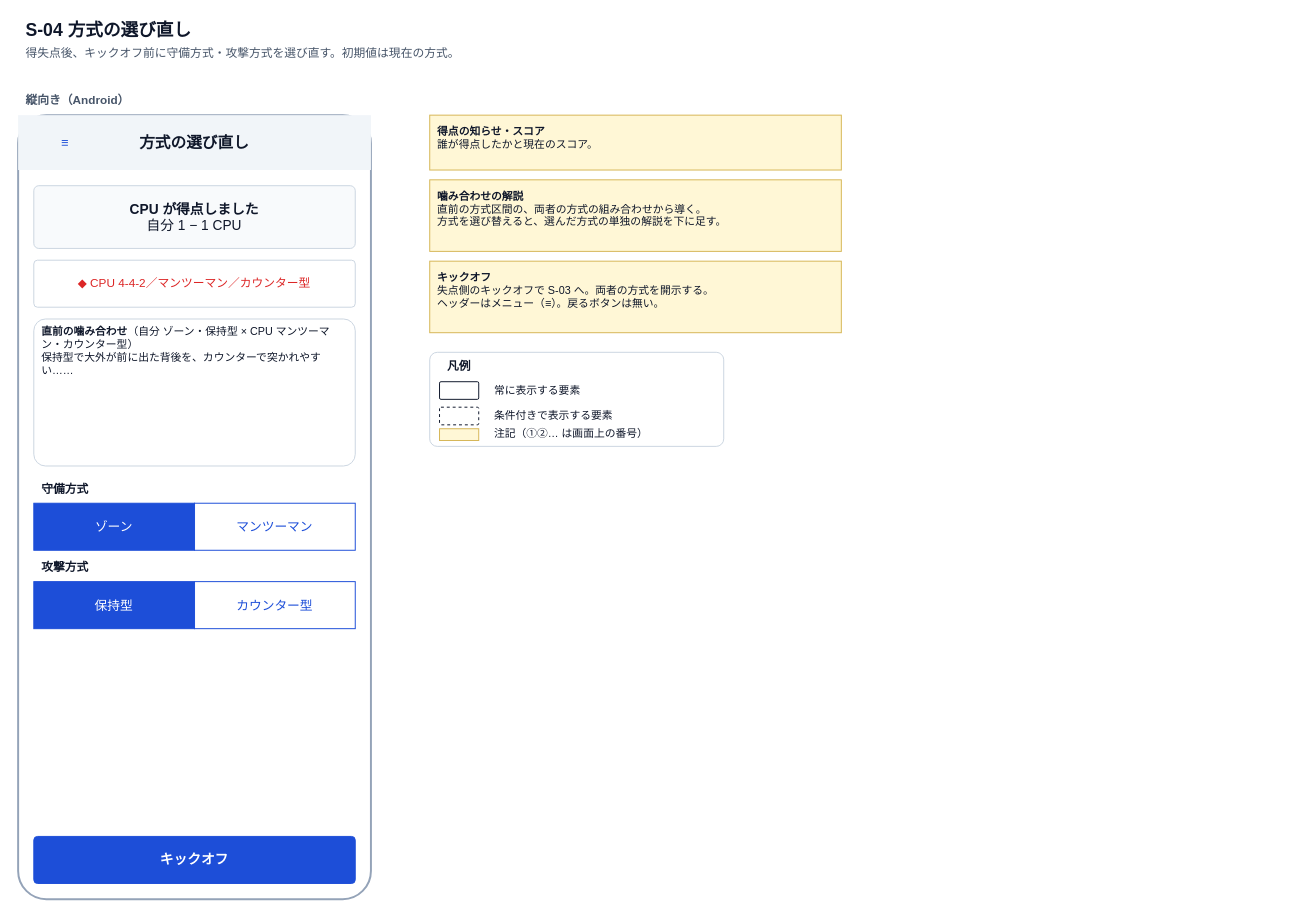
Before: page "wireframe-s04-style-change" (4 of 12) of docs/specs/2_basic-design/wireframes.drawio in n-yata/soccer-sim, a draw.io diagram. Source tidied: cells renumbered, new cells numbered last; positions are measured from the earlier drawing's top-left corner, leaving out a move shared by most shapes. Both pictures are drawn from the tidied source at 98%, with x=0, y=0 at pixel (18, 17).
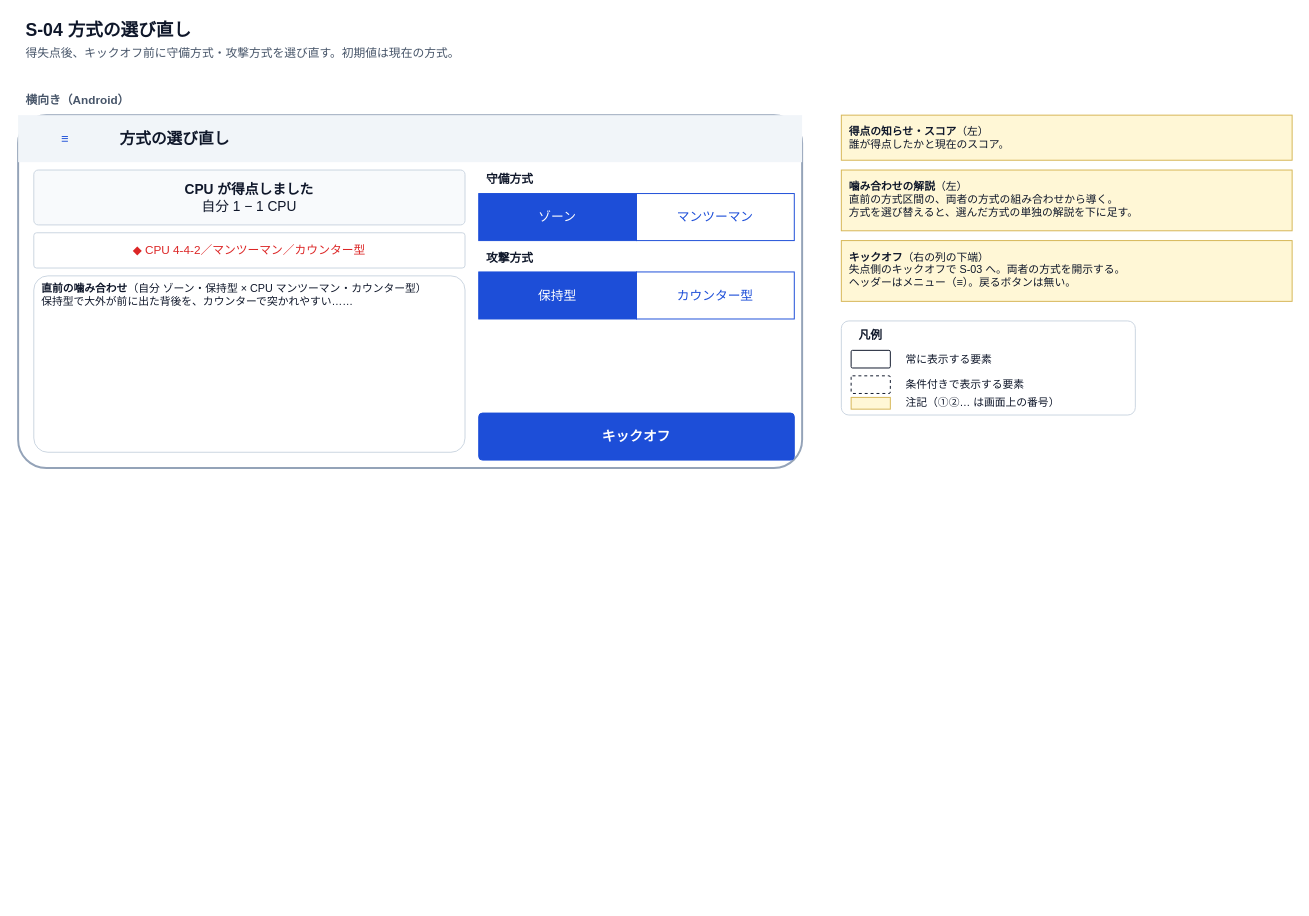
The same diagram, later.

Diff of the diagram source:
```diff
@@
-    <mxCell id="4" value="縦向き（Android）" style="rounded=0;arcSize=8;whiteSpace=wrap;html=1;fillColor=none;strokeColor=none;fontSize=12;fontColor=#475569;align=left;verticalAlign=middle;spacingLeft=6;spacingRight=6;fontStyle=1;" parent="1" vertex="1">
-      <mxGeometry y="74" width="360" height="22" as="geometry" />
+    <mxCell id="4" value="横向き（Android）" style="rounded=0;arcSize=8;whiteSpace=wrap;html=1;fillColor=none;strokeColor=none;fontSize=12;fontColor=#475569;align=left;verticalAlign=middle;spacingLeft=6;spacingRight=6;fontStyle=1;" parent="1" vertex="1">
+      <mxGeometry y="74" width="800" height="22" as="geometry" />
     </mxCell>
     <mxCell id="5" style="rounded=1;arcSize=8;whiteSpace=wrap;html=1;fillColor=#FFFFFF;strokeColor=#94A3B8;fontSize=12;fontColor=#0F172A;align=center;verticalAlign=middle;spacingLeft=6;spacingRight=6;strokeWidth=2;" parent="1" vertex="1">
-      <mxGeometry y="100" width="360" height="800" as="geometry" />
+      <mxGeometry y="100" width="800" height="360" as="geometry" />
     </mxCell>
     <mxCell id="6" style="rounded=0;arcSize=8;whiteSpace=wrap;html=1;fillColor=#F1F5F9;strokeColor=none;fontSize=12;fontColor=#0F172A;align=center;verticalAlign=middle;spacingLeft=6;spacingRight=6;" parent="1" vertex="1">
-      <mxGeometry y="100" width="360" height="56" as="geometry" />
+      <mxGeometry y="100" width="800" height="48" as="geometry" />
     </mxCell>
     <mxCell id="7" value="≡" style="rounded=1;arcSize=8;whiteSpace=wrap;html=1;fillColor=none;strokeColor=none;fontSize=13;fontColor=#1D4ED8;align=center;verticalAlign=middle;spacingLeft=6;spacingRight=6;" parent="1" vertex="1">
-      <mxGeometry x="8" y="108" width="80" height="40" as="geometry" />
+      <mxGeometry x="8" y="104" width="80" height="40" as="geometry" />
     </mxCell>
-    <mxCell id="8" value="方式の選び直し" style="rounded=0;arcSize=8;whiteSpace=wrap;html=1;fillColor=none;strokeColor=none;fontSize=16;fontColor=#0F172A;align=center;verticalAlign=middle;spacingLeft=6;spacingRight=6;fontStyle=1;" parent="1" vertex="1">
-      <mxGeometry x="90" y="108" width="180" height="40" as="geometry" />
+    <mxCell id="8" value="方式の選び直し" style="rounded=0;arcSize=8;whiteSpace=wrap;html=1;fillColor=none;strokeColor=none;fontSize=16;fontColor=#0F172A;align=left;verticalAlign=middle;spacingLeft=6;spacingRight=6;fontStyle=1;" parent="1" vertex="1">
+      <mxGeometry x="96" y="104" width="400" height="40" as="geometry" />
     </mxCell>
     <mxCell id="9" value="&lt;b&gt;CPU が得点しました&lt;/b&gt;&lt;br&gt;自分 1 − 1 CPU" style="rounded=1;arcSize=8;whiteSpace=wrap;html=1;fillColor=#F8FAFC;strokeColor=#CBD5E1;fontSize=14;fontColor=#0F172A;align=center;verticalAlign=middle;spacingLeft=6;spacingRight=6;" parent="1" vertex="1">
-      <mxGeometry x="16" y="172" width="328" height="64" as="geometry" />
+      <mxGeometry x="16" y="156" width="440" height="56" as="geometry" />
     </mxCell>
     <mxCell id="10" value="&lt;span style='color:#DC2626'&gt;◆ CPU 4-4-2／マンツーマン／カウンター型&lt;/span&gt;" style="rounded=1;arcSize=8;whiteSpace=wrap;html=1;fillColor=#FFFFFF;strokeColor=#CBD5E1;fontSize=12;fontColor=#0F172A;align=center;verticalAlign=middle;spacingLeft=6;spacingRight=6;" parent="1" vertex="1">
-      <mxGeometry x="16" y="248" width="328" height="48" as="geometry" />
+      <mxGeometry x="16" y="220" width="440" height="36" as="geometry" />
     </mxCell>
     <mxCell id="11" value="&lt;b&gt;直前の噛み合わせ&lt;/b&gt;（自分 ゾーン・保持型 × CPU マンツーマン・カウンター型）&lt;br&gt;保持型で大外が前に出た背後を、カウンターで突かれやすい……" style="rounded=1;arcSize=8;whiteSpace=wrap;html=1;fillColor=#FFFFFF;strokeColor=#CBD5E1;fontSize=11;fontColor=#0F172A;align=left;verticalAlign=top;spacingLeft=6;spacingRight=6;" parent="1" vertex="1">
-      <mxGeometry x="16" y="308" width="328" height="150" as="geometry" />
+      <mxGeometry x="16" y="264" width="440" height="180" as="geometry" />
     </mxCell>
     <mxCell id="12" value="守備方式" style="rounded=0;arcSize=8;whiteSpace=wrap;html=1;fillColor=none;strokeColor=none;fontSize=12;fontColor=#0F172A;align=left;verticalAlign=middle;spacingLeft=6;spacingRight=6;fontStyle=1;" parent="1" vertex="1">
-      <mxGeometry x="16" y="472" width="328" height="20" as="geometry" />
+      <mxGeometry x="470" y="156" width="322" height="20" as="geometry" />
     </mxCell>
     <mxCell id="13" value="ゾーン" style="rounded=0;arcSize=8;whiteSpace=wrap;html=1;fillColor=#1D4ED8;strokeColor=#1D4ED8;fontSize=13;fontColor=#FFFFFF;align=center;verticalAlign=middle;spacingLeft=6;spacingRight=6;" parent="1" vertex="1">
-      <mxGeometry x="16" y="496" width="164" height="48" as="geometry" />
+      <mxGeometry x="470" y="180" width="161" height="48" as="geometry" />
     </mxCell>
     <mxCell id="14" value="マンツーマン" style="rounded=0;arcSize=8;whiteSpace=wrap;html=1;fillColor=#FFFFFF;strokeColor=#1D4ED8;fontSize=13;fontColor=#1D4ED8;align=center;verticalAlign=middle;spacingLeft=6;spacingRight=6;" parent="1" vertex="1">
-      <mxGeometry x="180" y="496" width="164" height="48" as="geometry" />
+      <mxGeometry x="631" y="180" width="161" height="48" as="geometry" />
     </mxCell>
     <mxCell id="15" value="攻撃方式" style="rounded=0;arcSize=8;whiteSpace=wrap;html=1;fillColor=none;strokeColor=none;fontSize=12;fontColor=#0F172A;align=left;verticalAlign=middle;spacingLeft=6;spacingRight=6;fontStyle=1;" parent="1" vertex="1">
-      <mxGeometry x="16" y="552" width="328" height="20" as="geometry" />
+      <mxGeometry x="470" y="236" width="322" height="20" as="geometry" />
     </mxCell>
     <mxCell id="16" value="保持型" style="rounded=0;arcSize=8;whiteSpace=wrap;html=1;fillColor=#1D4ED8;strokeColor=#1D4ED8;fontSize=13;fontColor=#FFFFFF;align=center;verticalAlign=middle;spacingLeft=6;spacingRight=6;" parent="1" vertex="1">
-      <mxGeometry x="16" y="576" width="164" height="48" as="geometry" />
+      <mxGeometry x="470" y="260" width="161" height="48" as="geometry" />
     </mxCell>
     <mxCell id="17" value="カウンター型" style="rounded=0;arcSize=8;whiteSpace=wrap;html=1;fillColor=#FFFFFF;strokeColor=#1D4ED8;fontSize=13;fontColor=#1D4ED8;align=center;verticalAlign=middle;spacingLeft=6;spacingRight=6;" parent="1" vertex="1">
-      <mxGeometry x="180" y="576" width="164" height="48" as="geometry" />
+      <mxGeometry x="631" y="260" width="161" height="48" as="geometry" />
     </mxCell>
     <mxCell id="18" value="キックオフ" style="rounded=1;arcSize=8;whiteSpace=wrap;html=1;fillColor=#1D4ED8;strokeColor=#1D4ED8;fontSize=14;fontColor=#FFFFFF;align=center;verticalAlign=middle;spacingLeft=6;spacingRight=6;fontStyle=1;" parent="1" vertex="1">
-      <mxGeometry x="16" y="836" width="328" height="48" as="geometry" />
+      <mxGeometry x="470" y="404" width="322" height="48" as="geometry" />
     </mxCell>
-    <mxCell id="19" value="&lt;b&gt;得点の知らせ・スコア&lt;/b&gt;&lt;br&gt;誰が得点したかと現在のスコア。" style="rounded=0;arcSize=8;whiteSpace=wrap;html=1;fillColor=#FFF7D6;strokeColor=#D6B656;fontSize=11;fontColor=#0F172A;align=left;verticalAlign=top;spacingLeft=6;spacingRight=6;spacingTop=4;" parent="1" vertex="1">
-      <mxGeometry x="420" y="100" width="420" height="56" as="geometry" />
+    <mxCell id="19" value="&lt;b&gt;得点の知らせ・スコア&lt;/b&gt;（左）&lt;br&gt;誰が得点したかと現在のスコア。" style="rounded=0;arcSize=8;whiteSpace=wrap;html=1;fillColor=#FFF7D6;strokeColor=#D6B656;fontSize=11;fontColor=#0F172A;align=left;verticalAlign=top;spacingLeft=6;spacingRight=6;spacingTop=4;" parent="1" vertex="1">
+      <mxGeometry x="840" y="100" width="460" height="46" as="geometry" />
     </mxCell>
-    <mxCell id="20" value="&lt;b&gt;噛み合わせの解説&lt;/b&gt;&lt;br&gt;直前の方式区間の、両者の方式の組み合わせから導く。&lt;br&gt;方式を選び替えると、選んだ方式の単独の解説を下に足す。" style="rounded=0;arcSize=8;whiteSpace=wrap;html=1;fillColor=#FFF7D6;strokeColor=#D6B656;fontSize=11;fontColor=#0F172A;align=left;verticalAlign=top;spacingLeft=6;spacingRight=6;spacingTop=4;" parent="1" vertex="1">
-      <mxGeometry x="420" y="166" width="420" height="73" as="geometry" />
+    <mxCell id="20" value="&lt;b&gt;噛み合わせの解説&lt;/b&gt;（左）&lt;br&gt;直前の方式区間の、両者の方式の組み合わせから導く。&lt;br&gt;方式を選び替えると、選んだ方式の単独の解説を下に足す。" style="rounded=0;arcSize=8;whiteSpace=wrap;html=1;fillColor=#FFF7D6;strokeColor=#D6B656;fontSize=11;fontColor=#0F172A;align=left;verticalAlign=top;spacingLeft=6;spacingRight=6;spacingTop=4;" parent="1" vertex="1">
+      <mxGeometry x="840" y="156" width="460" height="62" as="geometry" />
     </mxCell>
-    <mxCell id="21" value="&lt;b&gt;キックオフ&lt;/b&gt;&lt;br&gt;失点側のキックオフで S-03 へ。両者の方式を開示する。&lt;br&gt;ヘッダーはメニュー（≡）。戻るボタンは無い。" style="rounded=0;arcSize=8;whiteSpace=wrap;html=1;fillColor=#FFF7D6;strokeColor=#D6B656;fontSize=11;fontColor=#0F172A;align=left;verticalAlign=top;spacingLeft=6;spacingRight=6;spacingTop=4;" parent="1" vertex="1">
-      <mxGeometry x="420" y="249" width="420" height="73" as="geometry" />
+    <mxCell id="21" value="&lt;b&gt;キックオフ&lt;/b&gt;（右の列の下端）&lt;br&gt;失点側のキックオフで S-03 へ。両者の方式を開示する。&lt;br&gt;ヘッダーはメニュー（≡）。戻るボタンは無い。" style="rounded=0;arcSize=8;whiteSpace=wrap;html=1;fillColor=#FFF7D6;strokeColor=#D6B656;fontSize=11;fontColor=#0F172A;align=left;verticalAlign=top;spacingLeft=6;spacingRight=6;spacingTop=4;" parent="1" vertex="1">
+      <mxGeometry x="840" y="228" width="460" height="62" as="geometry" />
     </mxCell>
     <mxCell id="22" style="rounded=1;arcSize=8;whiteSpace=wrap;html=1;fillColor=#FFFFFF;strokeColor=#CBD5E1;fontSize=12;fontColor=#0F172A;align=center;verticalAlign=middle;spacingLeft=6;spacingRight=6;" parent="1" vertex="1">
-      <mxGeometry x="420" y="342" width="300" height="96" as="geometry" />
+      <mxGeometry x="840" y="310" width="300" height="96" as="geometry" />
     </mxCell>
     <mxCell id="23" value="凡例" style="rounded=0;arcSize=8;whiteSpace=wrap;html=1;fillColor=none;strokeColor=none;fontSize=12;fontColor=#0F172A;align=left;verticalAlign=middle;spacingLeft=6;spacingRight=6;fontStyle=1;" parent="1" vertex="1">
-      <mxGeometry x="430" y="348" width="280" height="18" as="geometry" />
+      <mxGeometry x="850" y="316" width="280" height="18" as="geometry" />
     </mxCell>
     <mxCell id="24" style="rounded=1;arcSize=8;whiteSpace=wrap;html=1;fillColor=#FFFFFF;strokeColor=#0F172A;fontSize=12;fontColor=#0F172A;align=center;verticalAlign=middle;spacingLeft=6;spacingRight=6;" parent="1" vertex="1">
-      <mxGeometry x="430" y="372" width="40" height="18" as="geometry" />
+      <mxGeometry x="850" y="340" width="40" height="18" as="geometry" />
     </mxCell>
     <mxCell id="25" value="常に表示する要素" style="rounded=0;arcSize=8;whiteSpace=wrap;html=1;fillColor=none;strokeColor=none;fontSize=11;fontColor=#0F172A;align=left;verticalAlign=middle;spacingLeft=6;spacingRight=6;" parent="1" vertex="1">
-      <mxGeometry x="478" y="372" width="230" height="18" as="geometry" />
+      <mxGeometry x="898" y="340" width="230" height="18" as="geometry" />
     </mxCell>
     <mxCell id="26" style="rounded=1;arcSize=8;whiteSpace=wrap;html=1;fillColor=#FFFFFF;strokeColor=#0F172A;fontSize=12;fontColor=#0F172A;align=center;verticalAlign=middle;spacingLeft=6;spacingRight=6;dashed=1;" parent="1" vertex="1">
-      <mxGeometry x="430" y="398" width="40" height="18" as="geometry" />
+      <mxGeometry x="850" y="366" width="40" height="18" as="geometry" />
     </mxCell>
     <mxCell id="27" value="条件付きで表示する要素" style="rounded=0;arcSize=8;whiteSpace=wrap;html=1;fillColor=none;strokeColor=none;fontSize=11;fontColor=#0F172A;align=left;verticalAlign=middle;spacingLeft=6;spacingRight=6;" parent="1" vertex="1">
-      <mxGeometry x="478" y="398" width="230" height="18" as="geometry" />
+      <mxGeometry x="898" y="366" width="230" height="18" as="geometry" />
     </mxCell>
     <mxCell id="28" style="rounded=0;arcSize=8;whiteSpace=wrap;html=1;fillColor=#FFF7D6;strokeColor=#D6B656;fontSize=12;fontColor=#0F172A;align=center;verticalAlign=middle;spacingLeft=6;spacingRight=6;" parent="1" vertex="1">
-      <mxGeometry x="430" y="420" width="40" height="12" as="geometry" />
+      <mxGeometry x="850" y="388" width="40" height="12" as="geometry" />
     </mxCell>
     <mxCell id="29" value="注記（①②… は画面上の番号）" style="rounded=0;arcSize=8;whiteSpace=wrap;html=1;fillColor=none;strokeColor=none;fontSize=11;fontColor=#0F172A;align=left;verticalAlign=middle;spacingLeft=6;spacingRight=6;" parent="1" vertex="1">
-      <mxGeometry x="478" y="416" width="230" height="18" as="geometry" />
+      <mxGeometry x="898" y="384" width="230" height="18" as="geometry" />
     </mxCell>
```
